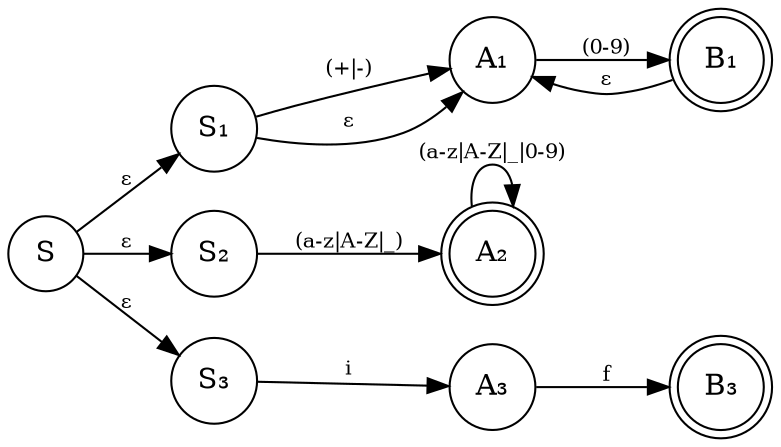
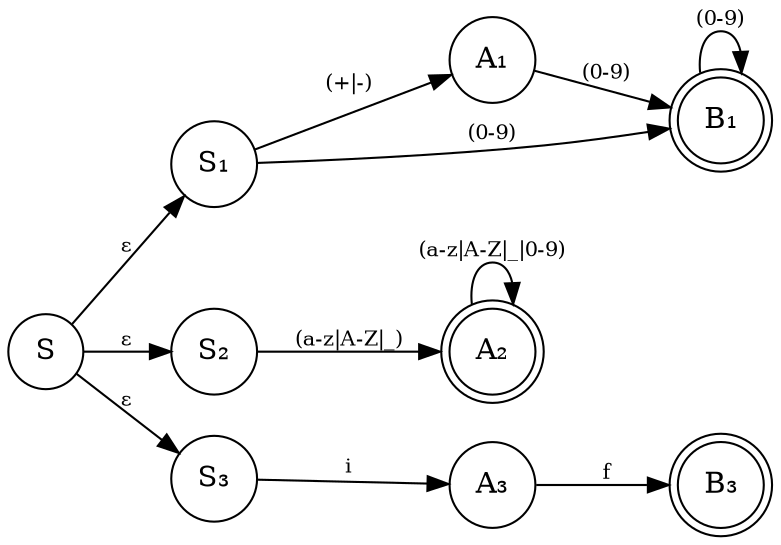
digraph nfa_lexer {
    rankdir = LR;

    node [shape = "circle"];
    edge [labeldistance = 2, labelangle = 0, fontsize = 10];

    S [label = "S"];

    S -> num_S [label = "ε"];
    S -> ident_S [label = "ε"];
    S -> if_S [label = "ε"];

    if_S [label = "S₃"];
    if_A [label = "A₃"];
    if_B [label = "B₃", peripheries = 2];

    if_S -> if_A [label = "i"];
    if_A -> if_B [label = "f"];

    ident_S [label = "S₂"];
    ident_A [label = "A₂", peripheries = 2];

    ident_S -> ident_A [label = "(a-z|A-Z|_)"];
    ident_A -> ident_A [label = "(a-z|A-Z|_|0-9)"];

    num_S [label = "S₁"];
    num_A [label = "A₁"];
    num_B [label = "B₁", peripheries = 2];

    num_S -> num_A [label = "(+|-)"];
-     num_S -> num_A [label = "ε"];
+     num_S -> num_B [label = "(0-9)"];
    num_A -> num_B [label = "(0-9)"];
-     num_B -> num_A [label = "ε"];
+     num_B -> num_B [label = "(0-9)"];
}
